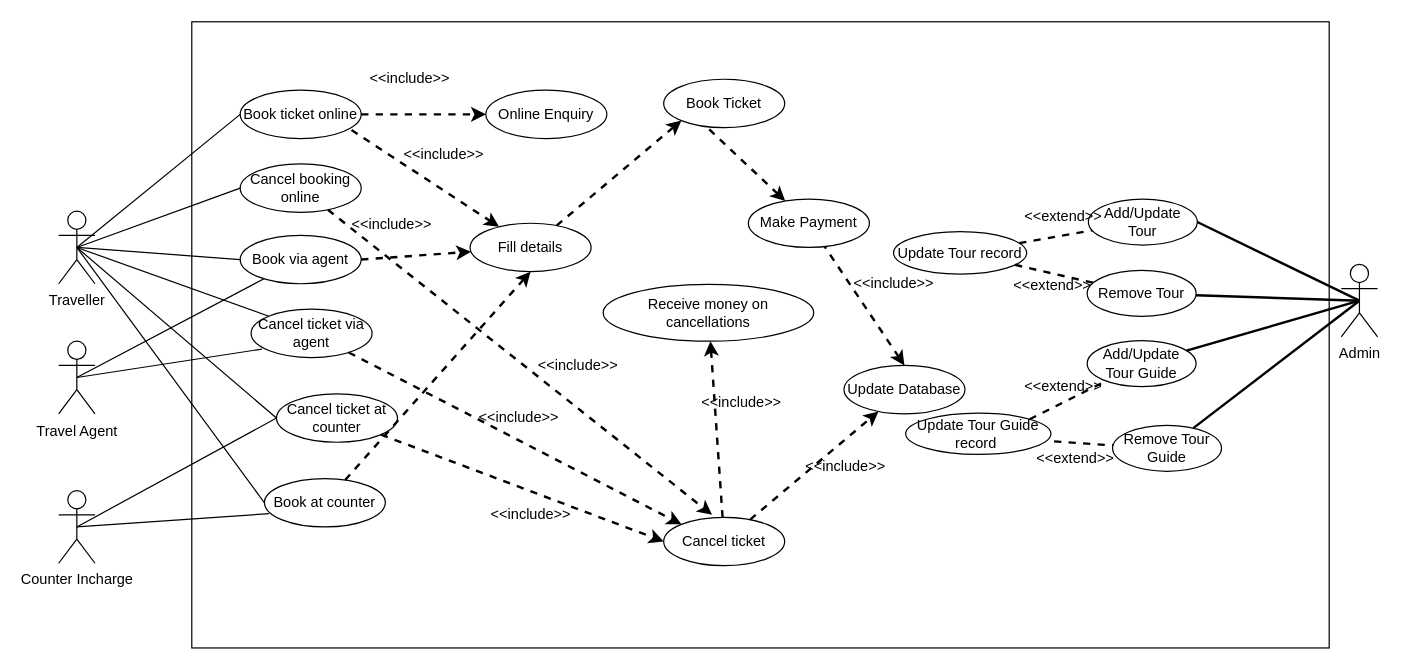
Before: TravelBooking.drawio in bazrar/diagrams-, a draw.io diagram. Source tidied: cells renumbered, new cells numbered last; positions are measured from the earlier drawing's top-left corner, leaving out a move shared by most shapes. Both pictures are drawn from the tidied source at 121%, with x=0, y=0 at pixel (58, 21).
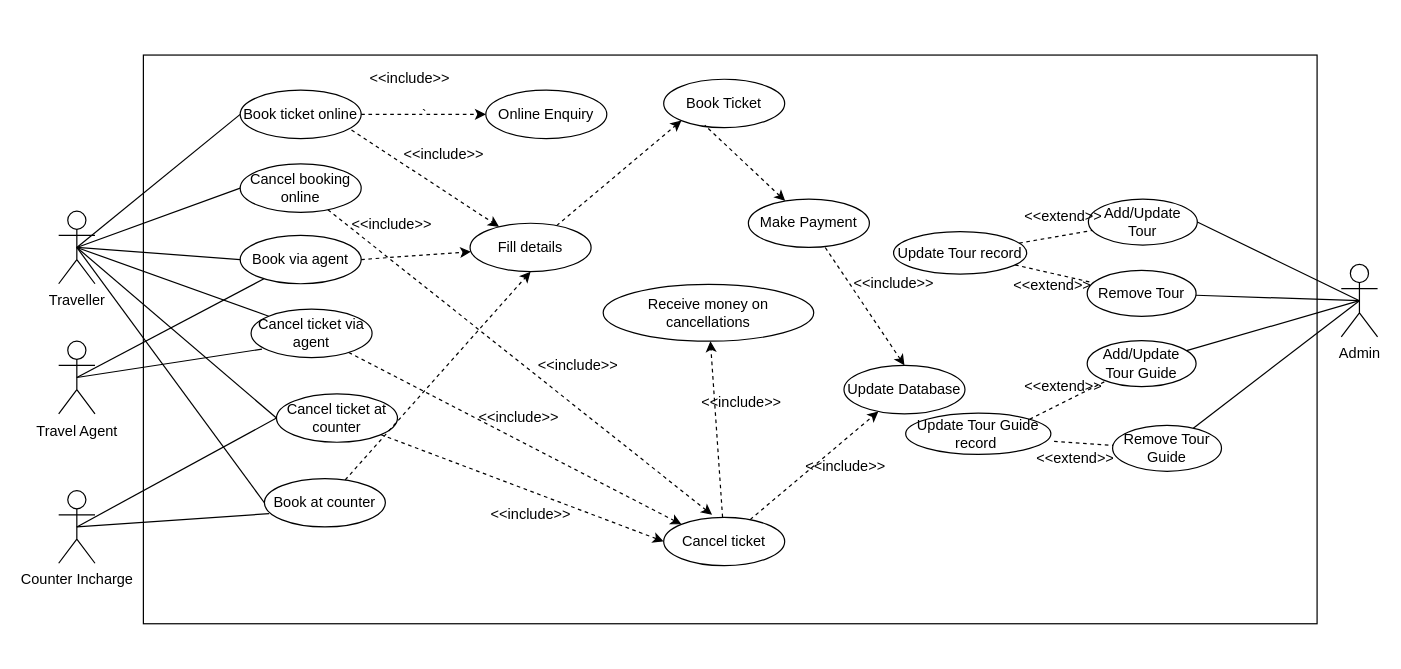
The same page after the edit.

The change refers to these unchanged cells:
```xml
<mxCell id="2" value="Cancel booking online" style="ellipse;whiteSpace=wrap;html=1;" parent="1" vertex="1">
  <mxGeometry x="150" y="118" width="100" height="40" as="geometry" />
</mxCell>
<mxCell id="6" value="Admin" style="shape=umlActor;verticalLabelPosition=bottom;verticalAlign=top;html=1;outlineConnect=0;" parent="1" vertex="1">
  <mxGeometry x="1060" y="201" width="30" height="60" as="geometry" />
</mxCell>
<mxCell id="7" value="Book ticket online" style="ellipse;whiteSpace=wrap;html=1;" parent="1" vertex="1">
  <mxGeometry x="150" y="57" width="100" height="40" as="geometry" />
</mxCell>
<mxCell id="8" value="Book via agent" style="ellipse;whiteSpace=wrap;html=1;" parent="1" vertex="1">
  <mxGeometry x="150" y="177" width="100" height="40" as="geometry" />
</mxCell>
<mxCell id="9" value="Cancel ticket via agent" style="ellipse;whiteSpace=wrap;html=1;" parent="1" vertex="1">
  <mxGeometry x="159" y="238" width="100" height="40" as="geometry" />
</mxCell>
<mxCell id="10" value="Cancel ticket at counter" style="ellipse;whiteSpace=wrap;html=1;" parent="1" vertex="1">
  <mxGeometry x="180" y="308" width="100" height="40" as="geometry" />
</mxCell>
<mxCell id="11" value="Book at counter" style="ellipse;whiteSpace=wrap;html=1;" parent="1" vertex="1">
  <mxGeometry x="170" y="378" width="100" height="40" as="geometry" />
</mxCell>
<mxCell id="12" value="Online Enquiry" style="ellipse;whiteSpace=wrap;html=1;" parent="1" vertex="1">
  <mxGeometry x="353" y="57" width="100" height="40" as="geometry" />
</mxCell>
<mxCell id="13" value="Fill details" style="ellipse;whiteSpace=wrap;html=1;" parent="1" vertex="1">
  <mxGeometry x="340" y="167" width="100" height="40" as="geometry" />
</mxCell>
<mxCell id="14" value="Book Ticket" style="ellipse;whiteSpace=wrap;html=1;" parent="1" vertex="1">
  <mxGeometry x="500" y="48" width="100" height="40" as="geometry" />
</mxCell>
<mxCell id="15" value="Make Payment" style="ellipse;whiteSpace=wrap;html=1;" parent="1" vertex="1">
  <mxGeometry x="570" y="147" width="100" height="40" as="geometry" />
</mxCell>
<mxCell id="16" value="Cancel ticket" style="ellipse;whiteSpace=wrap;html=1;" parent="1" vertex="1">
  <mxGeometry x="500" y="410" width="100" height="40" as="geometry" />
</mxCell>
<mxCell id="17" value="Receive money on cancellations" style="ellipse;whiteSpace=wrap;html=1;" parent="1" vertex="1">
  <mxGeometry x="450" y="217.5" width="174" height="47" as="geometry" />
</mxCell>
<mxCell id="37" value="Update Database" style="ellipse;whiteSpace=wrap;html=1;" parent="1" vertex="1">
  <mxGeometry x="649" y="284.5" width="100" height="40" as="geometry" />
</mxCell>
<mxCell id="50" value="Add/Update Tour" style="ellipse;whiteSpace=wrap;html=1;" parent="1" vertex="1">
  <mxGeometry x="851" y="147" width="90" height="38" as="geometry" />
</mxCell>
<mxCell id="51" value="Remove Tour" style="ellipse;whiteSpace=wrap;html=1;" parent="1" vertex="1">
  <mxGeometry x="850" y="206" width="90" height="38" as="geometry" />
</mxCell>
<mxCell id="52" value="Add/Update Tour Guide" style="ellipse;whiteSpace=wrap;html=1;" parent="1" vertex="1">
  <mxGeometry x="850" y="264" width="90" height="38" as="geometry" />
</mxCell>
<mxCell id="53" value="Remove Tour Guide" style="ellipse;whiteSpace=wrap;html=1;" parent="1" vertex="1">
  <mxGeometry x="871" y="334" width="90" height="38" as="geometry" />
</mxCell>
<mxCell id="54" value="Update Tour record" style="ellipse;whiteSpace=wrap;html=1;" parent="1" vertex="1">
  <mxGeometry x="690" y="174" width="110" height="35" as="geometry" />
</mxCell>
<mxCell id="55" value="Update Tour Guide record&amp;nbsp;" style="ellipse;whiteSpace=wrap;html=1;" parent="1" vertex="1">
  <mxGeometry x="700" y="324" width="120" height="34" as="geometry" />
</mxCell>
```

Diff of the diagram source:
```diff
@@
-    <mxCell id="28" style="endArrow=classic;dashed=1;html=1;strokeWidth=2;rounded=0;endFill=1;" parent="1" edge="1" source="7" target="12">
+    <mxCell id="28" value="`" style="endArrow=classic;dashed=1;html=1;strokeWidth=1;rounded=0;endFill=1;" parent="1" edge="1" source="7" target="12">
       <mxGeometry relative="1" as="geometry" />
     </mxCell>
-    <mxCell id="29" style="endArrow=classic;dashed=1;html=1;strokeWidth=2;rounded=0;endFill=1;" parent="1" edge="1" source="2">
+    <mxCell id="29" style="endArrow=classic;dashed=1;html=1;strokeWidth=1;rounded=0;endFill=1;" parent="1" edge="1" source="2">
       <mxGeometry relative="1" as="geometry">
         <mxPoint x="540" y="408" as="targetPoint" />
       </mxGeometry>
     </mxCell>
-    <mxCell id="30" style="endArrow=classic;dashed=1;html=1;strokeWidth=2;rounded=0;exitX=0.92;exitY=0.825;exitDx=0;exitDy=0;exitPerimeter=0;endFill=1;" parent="1" edge="1" source="7" target="13">
+    <mxCell id="30" style="endArrow=classic;dashed=1;html=1;strokeWidth=1;rounded=0;exitX=0.92;exitY=0.825;exitDx=0;exitDy=0;exitPerimeter=0;endFill=1;" parent="1" edge="1" source="7" target="13">
       <mxGeometry relative="1" as="geometry" />
     </mxCell>
-    <mxCell id="31" style="endArrow=classic;dashed=1;html=1;strokeWidth=2;rounded=0;exitX=1;exitY=0.5;exitDx=0;exitDy=0;endFill=1;" parent="1" edge="1" source="8" target="13">
+    <mxCell id="31" style="endArrow=classic;dashed=1;html=1;strokeWidth=1;rounded=0;exitX=1;exitY=0.5;exitDx=0;exitDy=0;endFill=1;" parent="1" edge="1" source="8" target="13">
       <mxGeometry relative="1" as="geometry" />
     </mxCell>
-    <mxCell id="32" style="endArrow=classic;dashed=1;html=1;strokeWidth=2;rounded=0;entryX=0;entryY=0;entryDx=0;entryDy=0;endFill=1;" parent="1" edge="1" source="9" target="16">
+    <mxCell id="32" style="endArrow=classic;dashed=1;html=1;strokeWidth=1;rounded=0;entryX=0;entryY=0;entryDx=0;entryDy=0;endFill=1;" parent="1" edge="1" source="9" target="16">
       <mxGeometry relative="1" as="geometry" />
     </mxCell>
-    <mxCell id="33" style="endArrow=classic;dashed=1;html=1;strokeWidth=2;rounded=0;entryX=0;entryY=0.5;entryDx=0;entryDy=0;endFill=1;" parent="1" edge="1" source="10" target="16">
+    <mxCell id="33" style="endArrow=classic;dashed=1;html=1;strokeWidth=1;rounded=0;entryX=0;entryY=0.5;entryDx=0;entryDy=0;endFill=1;" parent="1" edge="1" source="10" target="16">
       <mxGeometry relative="1" as="geometry" />
     </mxCell>
-    <mxCell id="34" style="endArrow=classic;dashed=1;html=1;strokeWidth=2;rounded=0;entryX=0.5;entryY=1;entryDx=0;entryDy=0;endFill=1;" parent="1" edge="1" source="11" target="13">
+    <mxCell id="34" style="endArrow=classic;dashed=1;html=1;strokeWidth=1;rounded=0;entryX=0.5;entryY=1;entryDx=0;entryDy=0;endFill=1;" parent="1" edge="1" source="11" target="13">
       <mxGeometry relative="1" as="geometry" />
     </mxCell>
-    <mxCell id="35" style="endArrow=classic;dashed=1;html=1;strokeWidth=2;rounded=0;entryX=0;entryY=1;entryDx=0;entryDy=0;endFill=1;" parent="1" edge="1" source="13" target="14">
+    <mxCell id="35" style="endArrow=classic;dashed=1;html=1;strokeWidth=1;rounded=0;entryX=0;entryY=1;entryDx=0;entryDy=0;endFill=1;" parent="1" edge="1" source="13" target="14">
       <mxGeometry relative="1" as="geometry" />
     </mxCell>
-    <mxCell id="36" style="endArrow=none;dashed=1;html=1;strokeWidth=2;rounded=0;entryX=0.34;entryY=0.95;entryDx=0;entryDy=0;entryPerimeter=0;startArrow=classic;startFill=1;" parent="1" edge="1" source="15" target="14">
+    <mxCell id="36" style="endArrow=none;dashed=1;html=1;strokeWidth=1;rounded=0;entryX=0.34;entryY=0.95;entryDx=0;entryDy=0;entryPerimeter=0;startArrow=classic;startFill=1;" parent="1" edge="1" source="15" target="14">
       <mxGeometry relative="1" as="geometry" />
     </mxCell>
@@
-    <mxCell id="38" style="endArrow=none;dashed=1;html=1;strokeWidth=2;rounded=0;exitX=0.5;exitY=0;exitDx=0;exitDy=0;startArrow=classic;startFill=1;" parent="1" edge="1" source="37" target="15">
+    <mxCell id="38" style="endArrow=none;dashed=1;html=1;strokeWidth=1;rounded=0;exitX=0.5;exitY=0;exitDx=0;exitDy=0;startArrow=classic;startFill=1;" parent="1" edge="1" source="37" target="15">
       <mxGeometry relative="1" as="geometry" />
     </mxCell>
-    <mxCell id="39" style="endArrow=classic;dashed=1;html=1;strokeWidth=2;rounded=0;endFill=1;" parent="1" edge="1" source="16" target="37">
+    <mxCell id="39" style="endArrow=classic;dashed=1;html=1;strokeWidth=1;rounded=0;endFill=1;" parent="1" edge="1" source="16" target="37">
       <mxGeometry relative="1" as="geometry" />
     </mxCell>
-    <mxCell id="40" style="endArrow=classic;dashed=1;html=1;strokeWidth=2;rounded=0;endFill=1;" parent="1" edge="1" source="16" target="17">
+    <mxCell id="40" style="endArrow=classic;dashed=1;html=1;strokeWidth=1;rounded=0;endFill=1;" parent="1" edge="1" source="16" target="17">
       <mxGeometry relative="1" as="geometry" />
     </mxCell>
@@
-    <mxCell id="56" style="endArrow=none;html=1;strokeWidth=2;rounded=0;exitX=1;exitY=0.5;exitDx=0;exitDy=0;entryX=0.5;entryY=0.5;entryDx=0;entryDy=0;entryPerimeter=0;" parent="1" edge="1" source="50" target="6">
+    <mxCell id="56" style="endArrow=none;html=1;strokeWidth=1;rounded=0;exitX=1;exitY=0.5;exitDx=0;exitDy=0;entryX=0.5;entryY=0.5;entryDx=0;entryDy=0;entryPerimeter=0;" parent="1" edge="1" source="50" target="6">
       <mxGeometry relative="1" as="geometry" />
     </mxCell>
-    <mxCell id="57" style="endArrow=none;html=1;strokeWidth=2;rounded=0;entryX=0.5;entryY=0.5;entryDx=0;entryDy=0;entryPerimeter=0;" parent="1" edge="1" source="51" target="6">
+    <mxCell id="57" style="endArrow=none;html=1;strokeWidth=1;rounded=0;entryX=0.5;entryY=0.5;entryDx=0;entryDy=0;entryPerimeter=0;" parent="1" edge="1" source="51" target="6">
       <mxGeometry relative="1" as="geometry" />
     </mxCell>
-    <mxCell id="58" style="endArrow=none;html=1;strokeWidth=2;rounded=0;entryX=0.5;entryY=0.5;entryDx=0;entryDy=0;entryPerimeter=0;" parent="1" edge="1" source="52" target="6">
+    <mxCell id="58" style="endArrow=none;html=1;strokeWidth=1;rounded=0;entryX=0.5;entryY=0.5;entryDx=0;entryDy=0;entryPerimeter=0;" parent="1" edge="1" source="52" target="6">
       <mxGeometry relative="1" as="geometry" />
     </mxCell>
-    <mxCell id="59" style="endArrow=none;html=1;strokeWidth=2;rounded=0;entryX=0.5;entryY=0.5;entryDx=0;entryDy=0;entryPerimeter=0;" parent="1" edge="1" source="53" target="6">
+    <mxCell id="59" style="endArrow=none;html=1;strokeWidth=1;rounded=0;entryX=0.5;entryY=0.5;entryDx=0;entryDy=0;entryPerimeter=0;" parent="1" edge="1" source="53" target="6">
       <mxGeometry relative="1" as="geometry" />
     </mxCell>
-    <mxCell id="60" style="endArrow=none;dashed=1;html=1;strokeWidth=2;rounded=0;" parent="1" edge="1" source="54" target="50">
+    <mxCell id="60" style="endArrow=none;dashed=1;html=1;strokeWidth=1;rounded=0;" parent="1" edge="1" source="54" target="50">
       <mxGeometry relative="1" as="geometry" />
     </mxCell>
-    <mxCell id="61" style="endArrow=none;dashed=1;html=1;strokeWidth=2;rounded=0;exitX=1;exitY=0;exitDx=0;exitDy=0;" parent="1" edge="1" source="55" target="52">
+    <mxCell id="61" style="endArrow=none;dashed=1;html=1;strokeWidth=1;rounded=0;exitX=1;exitY=0;exitDx=0;exitDy=0;" parent="1" edge="1" source="55" target="52">
       <mxGeometry relative="1" as="geometry" />
     </mxCell>
-    <mxCell id="62" style="endArrow=none;dashed=1;html=1;strokeWidth=2;rounded=0;exitX=1.022;exitY=0.684;exitDx=0;exitDy=0;exitPerimeter=0;" parent="1" edge="1" source="55" target="53">
+    <mxCell id="62" style="endArrow=none;dashed=1;html=1;strokeWidth=1;rounded=0;exitX=1.022;exitY=0.684;exitDx=0;exitDy=0;exitPerimeter=0;" parent="1" edge="1" source="55" target="53">
       <mxGeometry relative="1" as="geometry" />
     </mxCell>
-    <mxCell id="63" style="endArrow=none;dashed=1;html=1;strokeWidth=2;rounded=0;" parent="1" edge="1" source="54" target="51">
+    <mxCell id="63" style="endArrow=none;dashed=1;html=1;strokeWidth=1;rounded=0;" parent="1" edge="1" source="54" target="51">
       <mxGeometry relative="1" as="geometry" />
     </mxCell>
@@
-    <mxCell id="68" style="rounded=0;whiteSpace=wrap;html=1;fillColor=none;" parent="1" vertex="1">
-      <mxGeometry x="110" y="0.5" width="940" height="517.5" as="geometry" />
-    </mxCell>
+    <mxCell id="69" style="rounded=0;whiteSpace=wrap;html=1;strokeWidth=1;fillColor=none;" parent="1" vertex="1">
+      <mxGeometry x="70" y="28" width="970" height="470" as="geometry" />
+    </mxCell>
```
